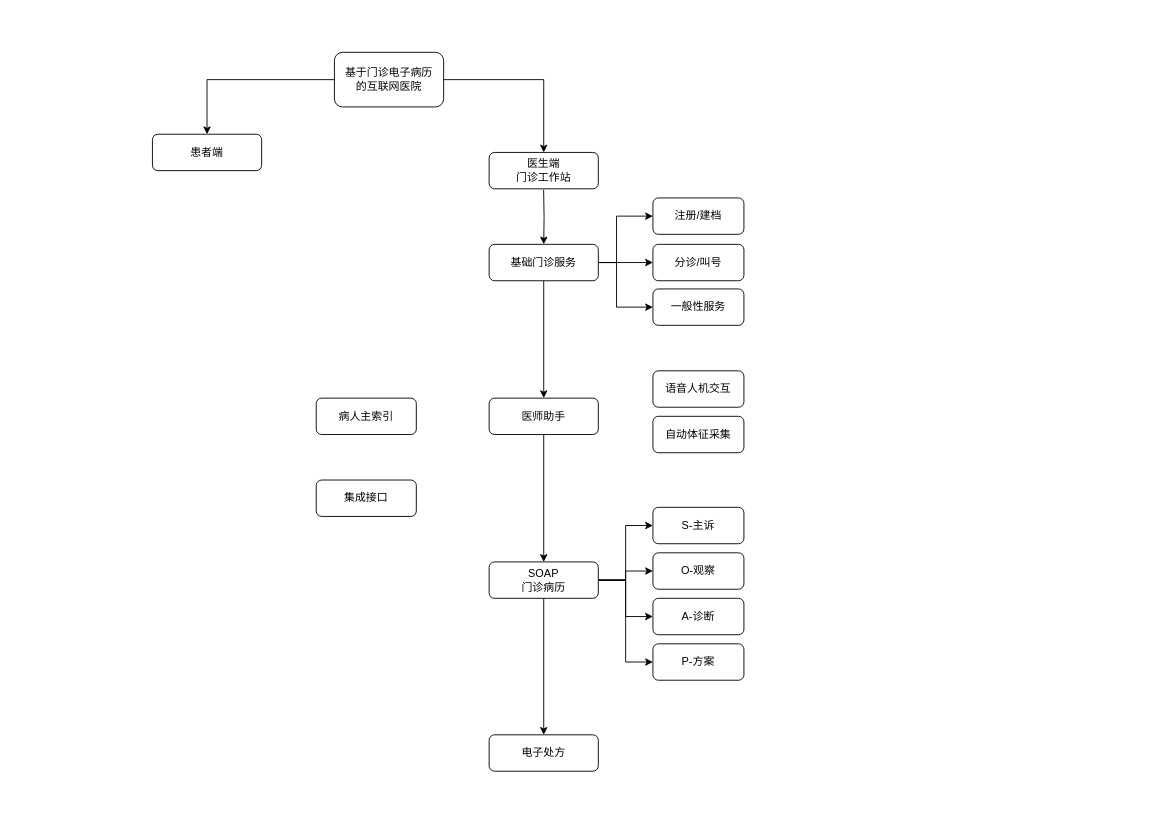
Before: page "总架构" (1 of 2) of draws/门诊电子病历互联网医院设计.drawio in hebzhjg/ntl2020, a draw.io diagram. Source tidied: cells renumbered, new cells numbered last; positions are measured from the earlier drawing's top-left corner, leaving out a move shared by most shapes. Both pictures are drawn from the tidied source at 91%, with x=0, y=0 at pixel (152, 52).
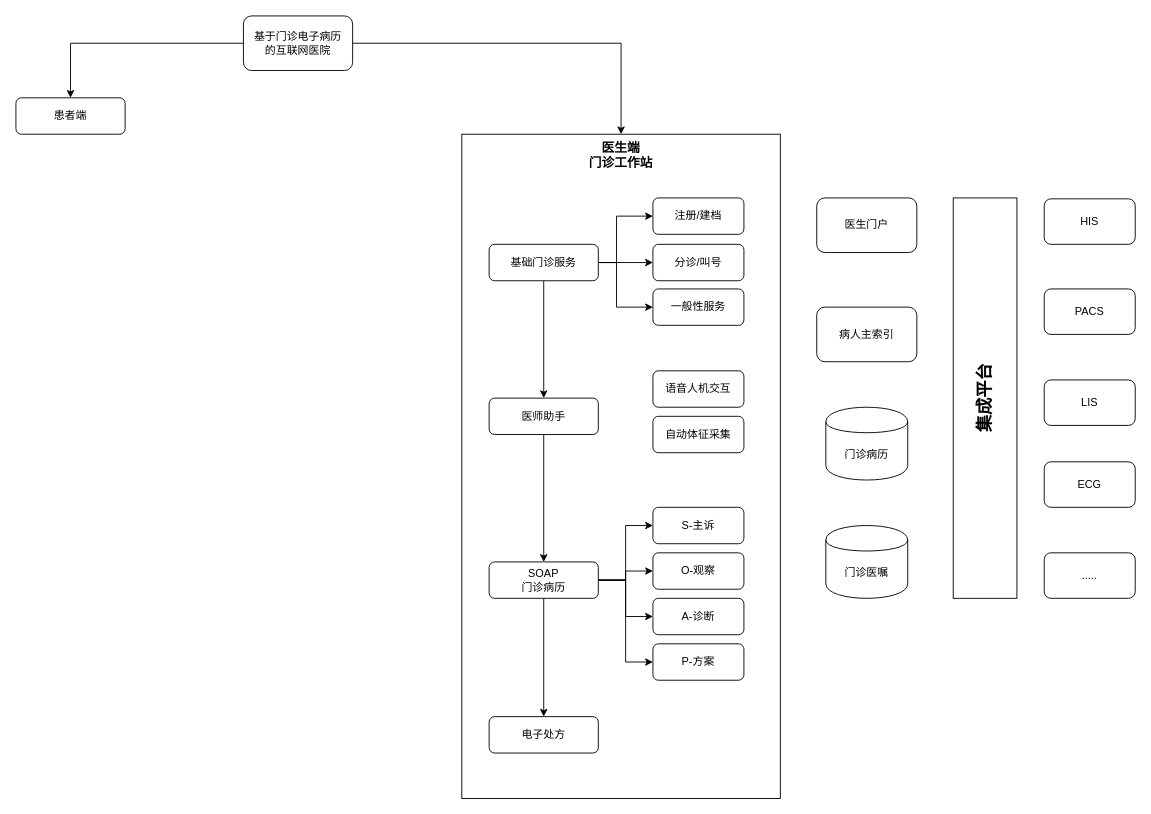
Above is the later version.

What changed in the source:
```diff
@@
-    <mxCell id="3" style="edgeStyle=orthogonalEdgeStyle;rounded=0;jettySize=auto;html=1;" parent="1" edge="1" source="4" target="7">
+    <mxCell id="3" style="edgeStyle=orthogonalEdgeStyle;rounded=0;jettySize=auto;html=1;exitX=1;exitY=0.5;exitDx=0;exitDy=0;" parent="1" edge="1" source="4" target="7">
       <mxGeometry relative="1" as="geometry" />
     </mxCell>
     <mxCell id="4" value="基于门诊电子病历&lt;br&gt;的互联网医院" style="rounded=1;whiteSpace=wrap;html=1;" parent="1" vertex="1">
-      <mxGeometry x="200" width="120" height="60" as="geometry" />
+      <mxGeometry x="100" y="-40" width="120" height="60" as="geometry" />
     </mxCell>
     <mxCell id="5" value="患者端" style="rounded=1;whiteSpace=wrap;html=1;" parent="1" vertex="1">
-      <mxGeometry y="90" width="120" height="40" as="geometry" />
+      <mxGeometry x="-150" y="50" width="120" height="40" as="geometry" />
     </mxCell>
@@
-    <mxCell id="7" value="医生端&lt;br&gt;门诊工作站" style="rounded=1;whiteSpace=wrap;html=1;" parent="1" vertex="1">
-      <mxGeometry x="370" y="110" width="120" height="40" as="geometry" />
+    <mxCell id="7" value="医生端&lt;br style=&quot;font-size: 14px;&quot;&gt;门诊工作站" style="rounded=0;whiteSpace=wrap;html=1;verticalAlign=top;fontStyle=1;fontSize=14;" parent="1" vertex="1">
+      <mxGeometry x="340" y="90" width="350" height="730" as="geometry" />
     </mxCell>
     <mxCell id="8" value="病人主索引" style="rounded=1;whiteSpace=wrap;html=1;" parent="1" vertex="1">
-      <mxGeometry x="180" y="380" width="110" height="40" as="geometry" />
+      <mxGeometry x="730" y="280" width="110" height="60" as="geometry" />
     </mxCell>
@@
     <mxCell id="17" value="电子处方" style="rounded=1;whiteSpace=wrap;html=1;" parent="1" vertex="1">
-      <mxGeometry x="370" y="750" width="120" height="40" as="geometry" />
+      <mxGeometry x="370" y="730" width="120" height="40" as="geometry" />
     </mxCell>
@@
-    <mxCell id="26" value="集成接口" style="rounded=1;whiteSpace=wrap;html=1;" parent="1" vertex="1">
-      <mxGeometry x="180" y="470" width="110" height="40" as="geometry" />
-    </mxCell>
@@
+    <mxCell id="33" value="门诊病历" style="shape=cylinder;whiteSpace=wrap;html=1;boundedLbl=1;backgroundOutline=1;rounded=0;" parent="1" vertex="1">
+      <mxGeometry x="740" y="390" width="90" height="80" as="geometry" />
+    </mxCell>
+    <mxCell id="34" value="门诊医嘱" style="shape=cylinder;whiteSpace=wrap;html=1;boundedLbl=1;backgroundOutline=1;rounded=0;" parent="1" vertex="1">
+      <mxGeometry x="740" y="520" width="90" height="80" as="geometry" />
+    </mxCell>
+    <mxCell id="35" value="LIS" style="rounded=1;whiteSpace=wrap;html=1;" parent="1" vertex="1">
+      <mxGeometry x="980" y="360" width="100" height="50" as="geometry" />
+    </mxCell>
+    <mxCell id="36" value="PACS" style="rounded=1;whiteSpace=wrap;html=1;" parent="1" vertex="1">
+      <mxGeometry x="980" y="260" width="100" height="50" as="geometry" />
+    </mxCell>
+    <mxCell id="37" value="HIS" style="rounded=1;whiteSpace=wrap;html=1;" parent="1" vertex="1">
+      <mxGeometry x="980" y="161" width="100" height="50" as="geometry" />
+    </mxCell>
+    <mxCell id="38" value="ECG" style="rounded=1;whiteSpace=wrap;html=1;" parent="1" vertex="1">
+      <mxGeometry x="980" y="450" width="100" height="50" as="geometry" />
+    </mxCell>
+    <mxCell id="39" value="集成平台" style="rounded=0;whiteSpace=wrap;html=1;verticalAlign=middle;horizontal=0;fontSize=19;align=center;fontStyle=1;" parent="1" vertex="1">
+      <mxGeometry x="880" y="160" width="70" height="440" as="geometry" />
+    </mxCell>
+    <mxCell id="40" value="....." style="rounded=1;whiteSpace=wrap;html=1;" parent="1" vertex="1">
+      <mxGeometry x="980" y="550" width="100" height="50" as="geometry" />
+    </mxCell>
+    <mxCell id="41" value="医生门户" style="rounded=1;whiteSpace=wrap;html=1;" parent="1" vertex="1">
+      <mxGeometry x="730" y="160" width="110" height="60" as="geometry" />
+    </mxCell>
```
